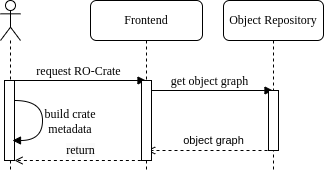
Above: assets/exec_flow_detached_retrieval.png in Senckenberg-DCBiodivIT/fair-workflow-platform (draw.io), before the change. Source tidied: cells renumbered, new cells last; positions are measured from the earlier drawing's top-left corner, leaving out a move shared by most shapes.
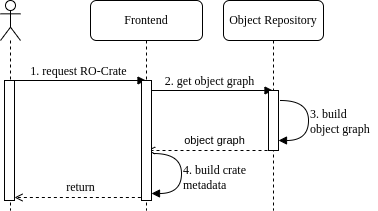
The same file after the commit.

Change to the diagram source:
```diff
@@ -3,23 +3,23 @@
     <mxCell id="0" />
     <mxCell id="1" parent="0" />
     <mxCell id="2" value="Object Repository" style="shape=umlLifeline;perimeter=lifelinePerimeter;whiteSpace=wrap;html=1;rounded=1;shadow=0;comic=0;labelBackgroundColor=none;strokeWidth=1;fontFamily=Verdana;fontSize=12;align=center;" parent="1" vertex="1">
-      <mxGeometry x="223" width="100" height="170" as="geometry" />
+      <mxGeometry x="223" width="100" height="210" as="geometry" />
     </mxCell>
     <mxCell id="3" value="Frontend" style="shape=umlLifeline;perimeter=lifelinePerimeter;whiteSpace=wrap;html=1;outlineConnect=0;rounded=1;shadow=0;comic=0;labelBackgroundColor=none;strokeWidth=1;fontFamily=Verdana;fontSize=12;align=center;" parent="1" vertex="1">
-      <mxGeometry x="90" width="112" height="170" as="geometry" />
+      <mxGeometry x="90" width="112" height="210" as="geometry" />
     </mxCell>
     <mxCell id="4" style="shape=umlLifeline;perimeter=lifelinePerimeter;whiteSpace=wrap;html=1;newEdgeStyle={&quot;curved&quot;:0,&quot;rounded&quot;:0};participant=umlActor;" parent="1" vertex="1">
-      <mxGeometry width="20" height="170" as="geometry" />
+      <mxGeometry width="20" height="210" as="geometry" />
     </mxCell>
     <mxCell id="5" style="html=1;perimeter=orthogonalPerimeter;rounded=0;shadow=0;comic=0;labelBackgroundColor=none;strokeWidth=1;fontFamily=Verdana;fontSize=12;align=center;" parent="1" vertex="1">
-      <mxGeometry x="4" y="80" width="10" height="80" as="geometry" />
+      <mxGeometry x="4" y="80" width="10" height="120" as="geometry" />
     </mxCell>
-    <mxCell id="6" value="request RO-Crate" style="html=1;verticalAlign=bottom;endArrow=block;labelBackgroundColor=none;fontFamily=Verdana;fontSize=12;elbow=horizontal;" parent="1" edge="1" target="3">
+    <mxCell id="6" value="1. request RO-Crate" style="html=1;verticalAlign=bottom;endArrow=block;labelBackgroundColor=none;fontFamily=Verdana;fontSize=12;elbow=horizontal;" parent="1" edge="1" target="3">
       <mxGeometry relative="1" as="geometry">
         <mxPoint x="10.3" y="80" as="sourcePoint" />
       </mxGeometry>
     </mxCell>
-    <mxCell id="7" value="get object graph" style="html=1;verticalAlign=bottom;endArrow=block;labelBackgroundColor=none;fontFamily=Verdana;fontSize=12;elbow=horizontal;" parent="1" edge="1">
+    <mxCell id="7" value="2. get object graph" style="html=1;verticalAlign=bottom;endArrow=block;labelBackgroundColor=none;fontFamily=Verdana;fontSize=12;elbow=horizontal;" parent="1" edge="1">
       <mxGeometry relative="1" as="geometry">
         <mxPoint x="146.1" y="90" as="sourcePoint" />
         <mxPoint x="272.5" y="90" as="targetPoint" />
@@ -41,8 +41,8 @@
     </mxCell>
     <mxCell id="11" style="edgeStyle=orthogonalEdgeStyle;rounded=0;orthogonalLoop=1;jettySize=auto;html=1;dashed=1;endArrow=open;endFill=0;" parent="1" edge="1">
       <mxGeometry relative="1" as="geometry">
-        <mxPoint x="140.4" y="160" as="sourcePoint" />
-        <mxPoint x="14" y="160" as="targetPoint" />
+        <mxPoint x="140.4" y="197" as="sourcePoint" />
+        <mxPoint x="14" y="197" as="targetPoint" />
       </mxGeometry>
     </mxCell>
     <mxCell id="12" value="&lt;span style=&quot;font-family: Verdana; font-size: 12px; background-color: rgb(251, 251, 251);&quot;&gt;return&lt;/span&gt;" style="edgeLabel;html=1;align=center;verticalAlign=middle;" parent="11" vertex="1">
@@ -51,20 +51,33 @@
       </mxGeometry>
     </mxCell>
     <mxCell id="13" style="html=1;perimeter=orthogonalPerimeter;rounded=0;shadow=0;comic=0;labelBackgroundColor=none;strokeWidth=1;fontFamily=Verdana;fontSize=12;align=center;" parent="1" vertex="1">
-      <mxGeometry x="141" y="80" width="10" height="80" as="geometry" />
+      <mxGeometry x="141" y="80" width="10" height="120" as="geometry" />
     </mxCell>
     <mxCell id="14" style="html=1;verticalAlign=bottom;endArrow=block;labelBackgroundColor=none;fontFamily=Verdana;fontSize=12;elbow=vertical;edgeStyle=orthogonalEdgeStyle;curved=1;exitX=1.038;exitY=0.345;exitPerimeter=0;entryX=0.8;entryY=0.238;entryDx=0;entryDy=0;entryPerimeter=0;" parent="1" edge="1">
       <mxGeometry relative="1" as="geometry">
-        <mxPoint x="14" y="100" as="sourcePoint" />
-        <mxPoint x="12" y="140" as="targetPoint" />
+        <mxPoint x="153" y="153" as="sourcePoint" />
+        <mxPoint x="151" y="193" as="targetPoint" />
         <Array as="points">
-          <mxPoint x="42" y="100" />
-          <mxPoint x="42" y="140" />
+          <mxPoint x="181" y="153" />
+          <mxPoint x="181" y="193" />
         </Array>
       </mxGeometry>
     </mxCell>
-    <mxCell id="15" value="build crate metadata" style="text;html=1;align=center;verticalAlign=middle;whiteSpace=wrap;rounded=0;fontFamily=Verdana;" parent="1" vertex="1">
-      <mxGeometry x="40" y="106" width="60" height="30" as="geometry" />
+    <mxCell id="15" value="4. build crate metadata" style="text;html=1;align=left;verticalAlign=middle;whiteSpace=wrap;rounded=0;fontFamily=Verdana;" parent="1" vertex="1">
+      <mxGeometry x="181" y="162" width="69" height="30" as="geometry" />
     </mxCell>
+    <mxCell id="16" value="3. build object graph" style="text;html=1;align=left;verticalAlign=middle;whiteSpace=wrap;rounded=0;fontFamily=Verdana;" parent="1" vertex="1">
+      <mxGeometry x="308" y="106" width="69" height="30" as="geometry" />
+    </mxCell>
+    <mxCell id="17" style="html=1;verticalAlign=bottom;endArrow=block;labelBackgroundColor=none;fontFamily=Verdana;fontSize=12;elbow=vertical;edgeStyle=orthogonalEdgeStyle;curved=1;exitX=1.038;exitY=0.345;exitPerimeter=0;entryX=0.8;entryY=0.238;entryDx=0;entryDy=0;entryPerimeter=0;" parent="1" edge="1">
+      <mxGeometry relative="1" as="geometry">
+        <mxPoint x="280" y="100" as="sourcePoint" />
+        <mxPoint x="278" y="140" as="targetPoint" />
+        <Array as="points">
+          <mxPoint x="308" y="100" />
+          <mxPoint x="308" y="140" />
+        </Array>
+      </mxGeometry>
+    </mxCell>
   </root>
 </mxGraphModel>
```
